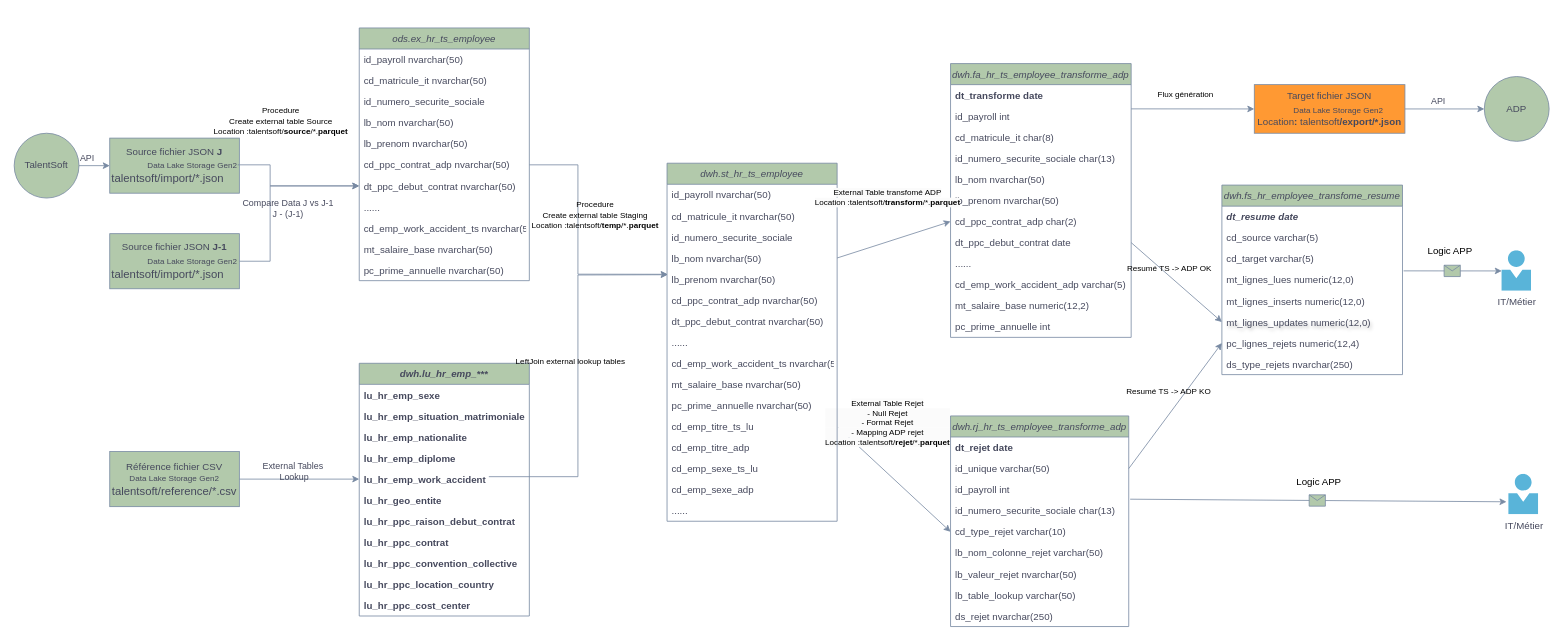
The draw.io diagram page "Copie de TS->ADP" (2 of 6) of Conception Interface SIRH.drawio in YLIUSBI/Motul-Interface-SIRH, before the edit. Source tidied: cells renumbered, new cells numbered last; positions are measured from the earlier drawing's top-left corner, leaving out a move shared by most shapes. Both pictures are drawn from the tidied source at 81%, with x=0, y=0 at pixel (14, 28).
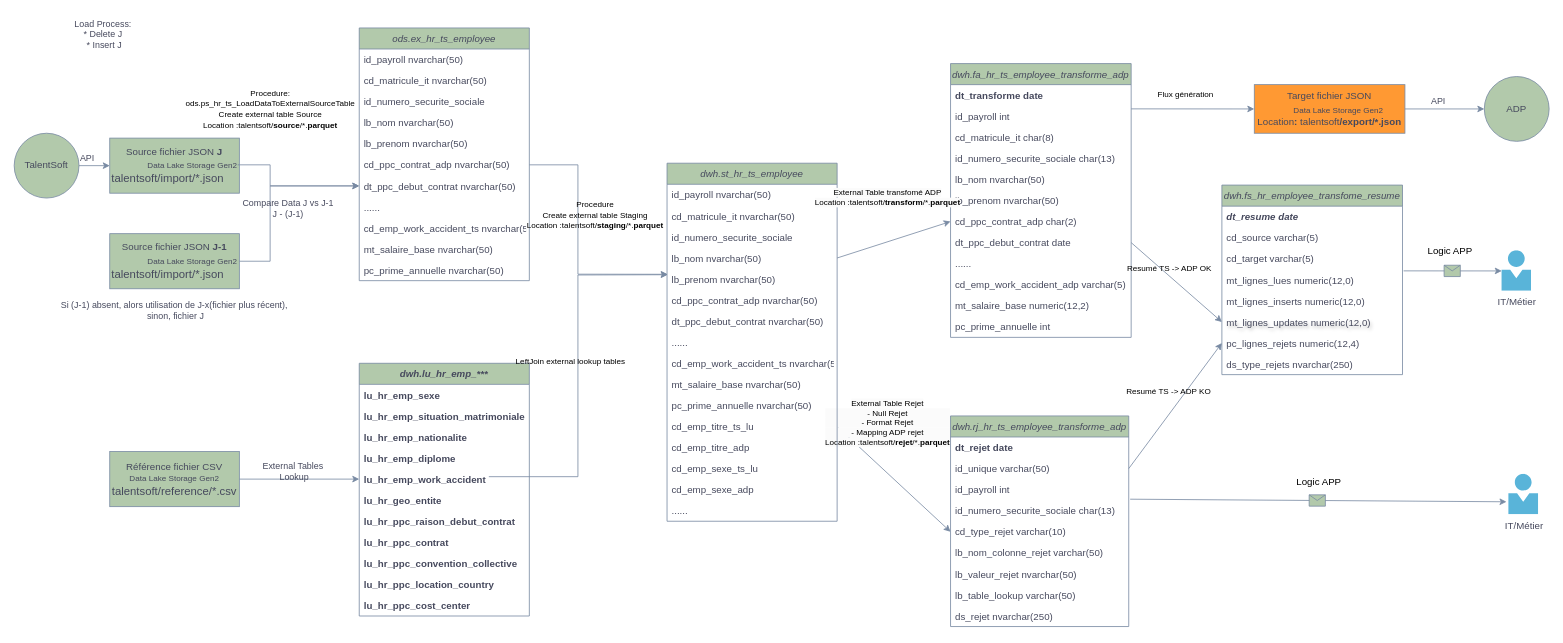
The same page after the edit.

Commit message (it also covers changes not shown here):
Mettre à jour Conception Interface SIRH.drawio

Unchanged cells that the change refers to:
```xml
<mxCell id="6" style="endArrow=classic;html=1;rounded=0;labelBackgroundColor=none;strokeColor=#788AA3;fontColor=default;entryX=0;entryY=0.5;entryDx=0;entryDy=0;" parent="1" edge="1" target="22">
  <mxGeometry relative="1" as="geometry">
    <mxPoint x="276" y="169" as="sourcePoint" />
    <Array as="points">
      <mxPoint x="316" y="169" />
      <mxPoint x="316" y="195" />
    </Array>
  </mxGeometry>
</mxCell>
<mxCell id="40" style="endArrow=classic;html=1;rounded=0;labelBackgroundColor=none;strokeColor=#788AA3;fontColor=default;labelBorderColor=default;exitX=1;exitY=0.5;exitDx=0;exitDy=0;entryX=0.004;entryY=0.274;entryDx=0;entryDy=0;entryPerimeter=0;" parent="1" edge="1" source="21" target="68">
  <mxGeometry relative="1" as="geometry">
    <Array as="points">
      <mxPoint x="696" y="169" />
      <mxPoint x="696" y="304" />
    </Array>
  </mxGeometry>
</mxCell>
```

Diff of the diagram source:
```diff
@@
-    <mxCell id="7" value="&lt;font color=&quot;#000000&quot;&gt;&lt;span style=&quot;font-size: 10px;&quot;&gt;Procedure&lt;/span&gt;&lt;/font&gt;&lt;div&gt;&lt;font color=&quot;#000000&quot;&gt;&lt;span style=&quot;font-size: 10px;&quot;&gt;Create external table Source&lt;/span&gt;&lt;/font&gt;&lt;/div&gt;&lt;div&gt;&lt;span style=&quot;font-size: 10px; color: rgb(0, 0, 0); background-color: initial;&quot;&gt;Location :talentsoft/&lt;b&gt;source&lt;/b&gt;/*.&lt;b&gt;parquet&lt;/b&gt;&lt;/span&gt;&lt;/div&gt;" style="edgeLabel;html=1;align=center;verticalAlign=middle;labelBackgroundColor=none;fontColor=#46495D;" parent="6" vertex="1">
+    <mxCell id="7" value="&lt;font color=&quot;#000000&quot;&gt;&lt;span style=&quot;font-size: 10px;&quot;&gt;Procedure:&lt;/span&gt;&lt;/font&gt;&lt;div&gt;&lt;font color=&quot;#000000&quot;&gt;&lt;span style=&quot;font-size: 10px;&quot;&gt;ods.ps_hr_ts_LoadDataToExternalSourceTable&lt;/span&gt;&lt;/font&gt;&lt;div&gt;&lt;font color=&quot;#000000&quot;&gt;&lt;span style=&quot;font-size: 10px;&quot;&gt;Create external table Source&lt;/span&gt;&lt;/font&gt;&lt;/div&gt;&lt;div&gt;&lt;span style=&quot;font-size: 10px; color: rgb(0, 0, 0); background-color: initial;&quot;&gt;Location :talentsoft/&lt;b&gt;source&lt;/b&gt;/*.&lt;b&gt;parquet&lt;/b&gt;&lt;/span&gt;&lt;/div&gt;&lt;/div&gt;" style="edgeLabel;html=1;align=center;verticalAlign=middle;labelBackgroundColor=none;fontColor=#46495D;" parent="6" vertex="1">
       <mxGeometry relative="1" as="geometry">
-        <mxPoint x="-10" y="-81" as="offset" />
+        <mxPoint x="-23" y="-96" as="offset" />
       </mxGeometry>
     </mxCell>
@@
-    <mxCell id="41" value="&lt;font color=&quot;#000000&quot;&gt;&lt;span style=&quot;font-size: 10px;&quot;&gt;Procedure&lt;/span&gt;&lt;/font&gt;&lt;div&gt;&lt;font color=&quot;#000000&quot;&gt;&lt;span style=&quot;font-size: 10px;&quot;&gt;Create external table Staging&lt;/span&gt;&lt;/font&gt;&lt;/div&gt;&lt;div&gt;&lt;span style=&quot;font-size: 10px; color: rgb(0, 0, 0); background-color: initial;&quot;&gt;Location :talentsoft/&lt;b&gt;temp&lt;/b&gt;/*.&lt;b&gt;parquet&lt;/b&gt;&lt;/span&gt;&lt;/div&gt;" style="edgeLabel;html=1;align=center;verticalAlign=bottom;labelBackgroundColor=none;fontColor=#46495D;" parent="40" vertex="1">
+    <mxCell id="41" value="&lt;font color=&quot;#000000&quot;&gt;&lt;span style=&quot;font-size: 10px;&quot;&gt;Procedure&lt;/span&gt;&lt;/font&gt;&lt;div&gt;&lt;font color=&quot;#000000&quot;&gt;&lt;span style=&quot;font-size: 10px;&quot;&gt;Create external table Staging&lt;/span&gt;&lt;/font&gt;&lt;/div&gt;&lt;div&gt;&lt;span style=&quot;font-size: 10px; color: rgb(0, 0, 0); background-color: initial;&quot;&gt;Location :talentsoft/&lt;b&gt;staging&lt;/b&gt;/*.&lt;b&gt;parquet&lt;/b&gt;&lt;/span&gt;&lt;/div&gt;" style="edgeLabel;html=1;align=center;verticalAlign=bottom;labelBackgroundColor=none;fontColor=#46495D;" parent="40" vertex="1">
       <mxGeometry relative="1" as="geometry">
         <mxPoint x="20" y="-10" as="offset" />
       </mxGeometry>
     </mxCell>
@@
+    <mxCell id="113" value="&lt;span style=&quot;background-color: initial;&quot;&gt;Si (J-1) absent, alors utilisation de J-x(fichier plus récent),&amp;nbsp;&lt;/span&gt;&lt;div&gt;&lt;span style=&quot;background-color: initial;&quot;&gt;sinon, fichier J&lt;/span&gt;&lt;/div&gt;" style="edgeLabel;html=1;align=center;verticalAlign=middle;labelBackgroundColor=none;fontColor=#46495D;" parent="1" vertex="1">
+      <mxGeometry x="222" y="356" as="geometry">
+        <mxPoint x="-24" y="-8" as="offset" />
+      </mxGeometry>
+    </mxCell>
+    <mxCell id="114" value="Load Process:&amp;nbsp;&lt;div&gt;* Delete J&amp;nbsp;&lt;/div&gt;&lt;div&gt;* Insert J&lt;/div&gt;" style="edgeLabel;html=1;align=center;verticalAlign=middle;labelBackgroundColor=none;fontColor=#46495D;" parent="1" vertex="1">
+      <mxGeometry x="105" y="-17" as="geometry">
+        <mxPoint x="5" y="24" as="offset" />
+      </mxGeometry>
+    </mxCell>
```
